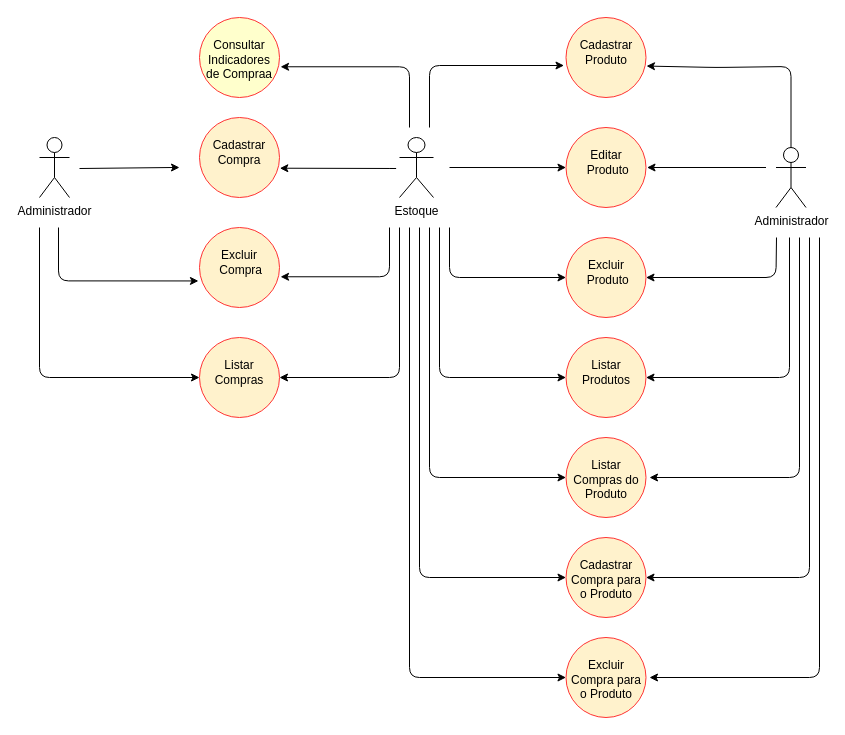
Above: page "Estoque" (3 of 5) of projeto/documentacao/Diagrama de casos de uso.drawio in adjamirgalvao/pucminas (draw.io), before the change. Source tidied: cells renumbered, new cells numbered last; positions are measured from the earlier drawing's top-left corner, leaving out a move shared by most shapes. Both pictures are drawn from the tidied source at 100%, with x=0, y=0 at pixel (39, 17).
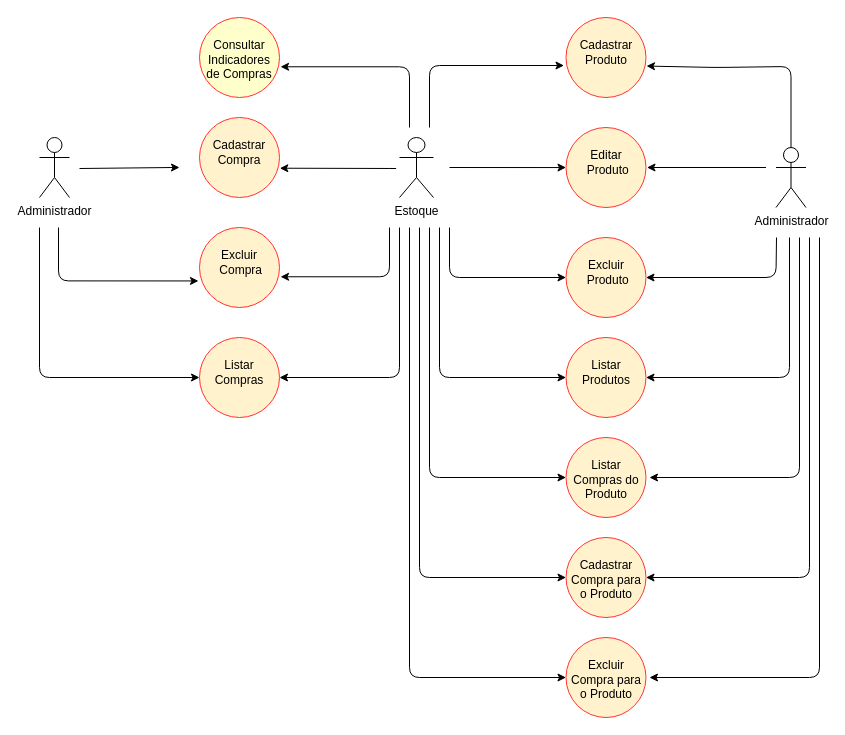
Above is the later version.

Change to the diagram source:
```diff
@@
-    <mxCell id="19" value="&lt;br&gt;Consultar&lt;br&gt;Indicadores de Compraa" style="ellipse;whiteSpace=wrap;html=1;verticalAlign=top;fillColor=#ffffcc;strokeColor=#FF3333;" parent="1" vertex="1">
+    <mxCell id="19" value="&lt;br&gt;Consultar&lt;br&gt;Indicadores de Compras" style="ellipse;whiteSpace=wrap;html=1;verticalAlign=top;fillColor=#ffffcc;strokeColor=#FF3333;" parent="1" vertex="1">
       <mxGeometry x="160" width="80" height="80" as="geometry" />
     </mxCell>
```
